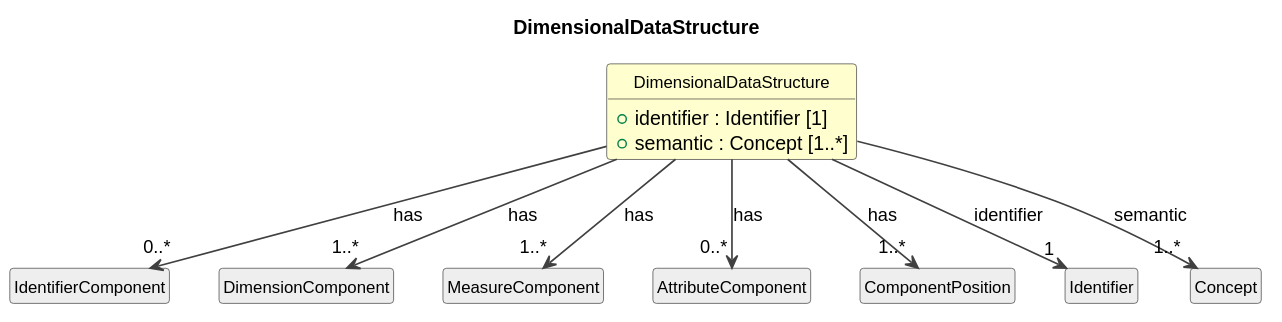
Earlier version of the PlantUML export cdif-uml-model/_plantuml/cdifDataStructure/Classes/DimensionalDataStructure.svg (Cross-Domain-Interoperability-Framework/metadataBuildingBlocks).
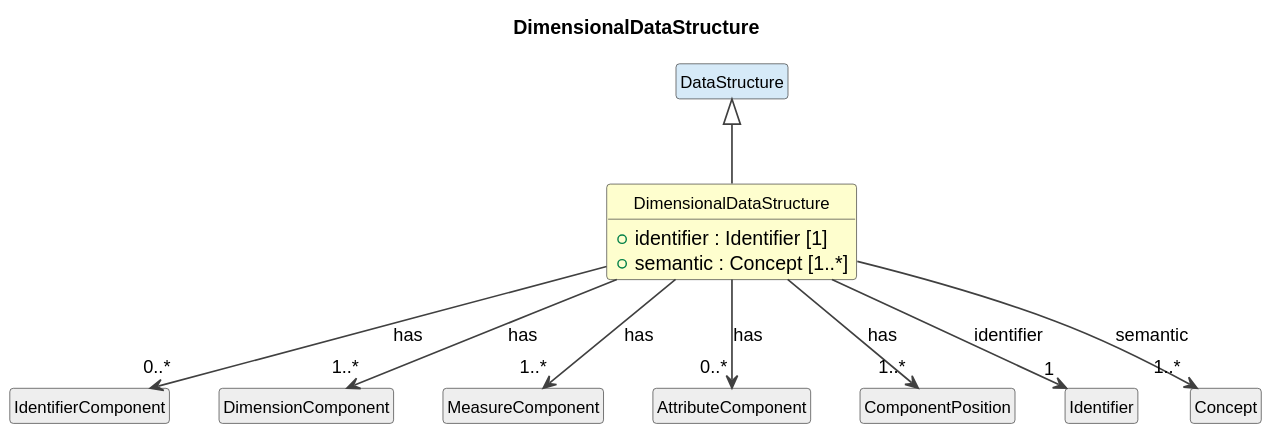
After the change.

The edit, as a diff of the source:
```diff
@@ -14,6 +14,8 @@
   +identifier : Identifier [1]
   +semantic : Concept [1..*]
 }
+class "DataStructure" as DataStructure #D6EAF8
+DataStructure <|-- DimensionalDataStructure
 class "IdentifierComponent" as IdentifierComponent #EEEEEE
 DimensionalDataStructure --> "0..*" IdentifierComponent : has
 class "DimensionComponent" as DimensionComponent #EEEEEE
```
